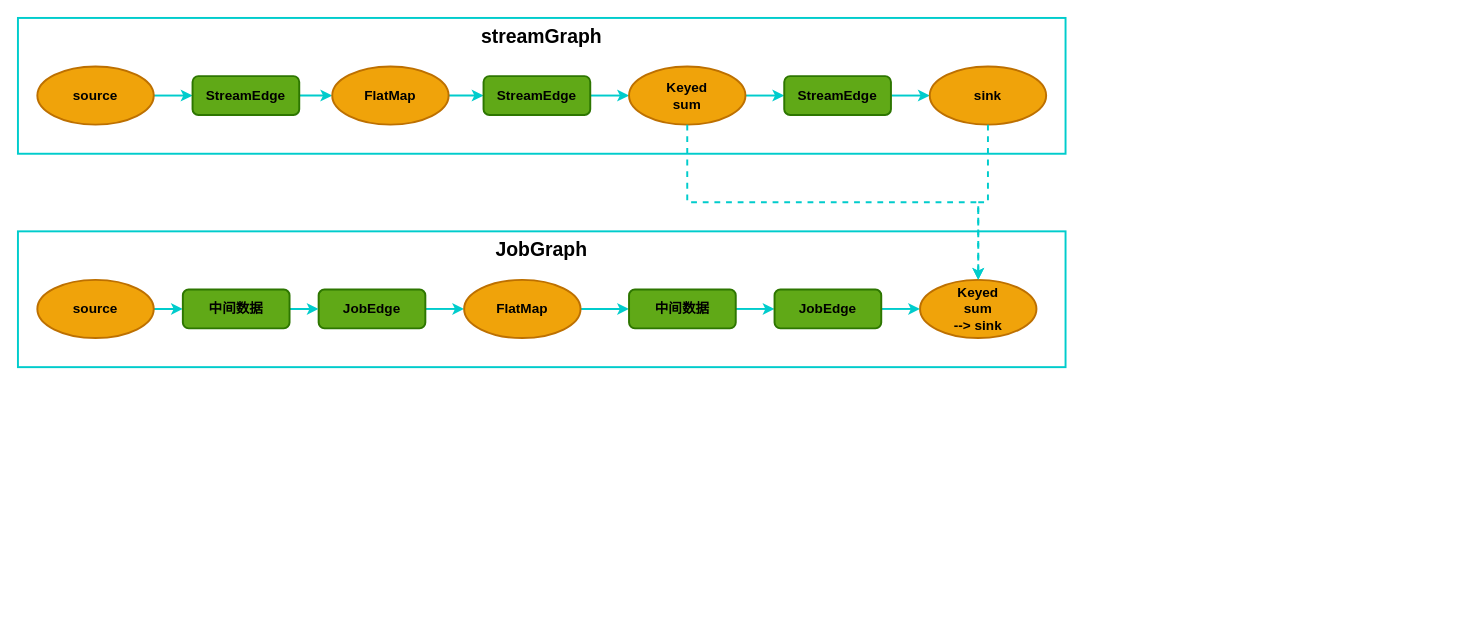
Earlier version of the draw.io diagram page "Flink 四层模型" (4 of 6) of Flink.drawio (starzy1990/diagrams). Source tidied: cells renumbered, new cells numbered last; positions are measured from the earlier drawing's top-left corner, leaving out a move shared by most shapes. Both pictures are drawn from the tidied source at 97%, with x=0, y=0 at pixel (17, 17).
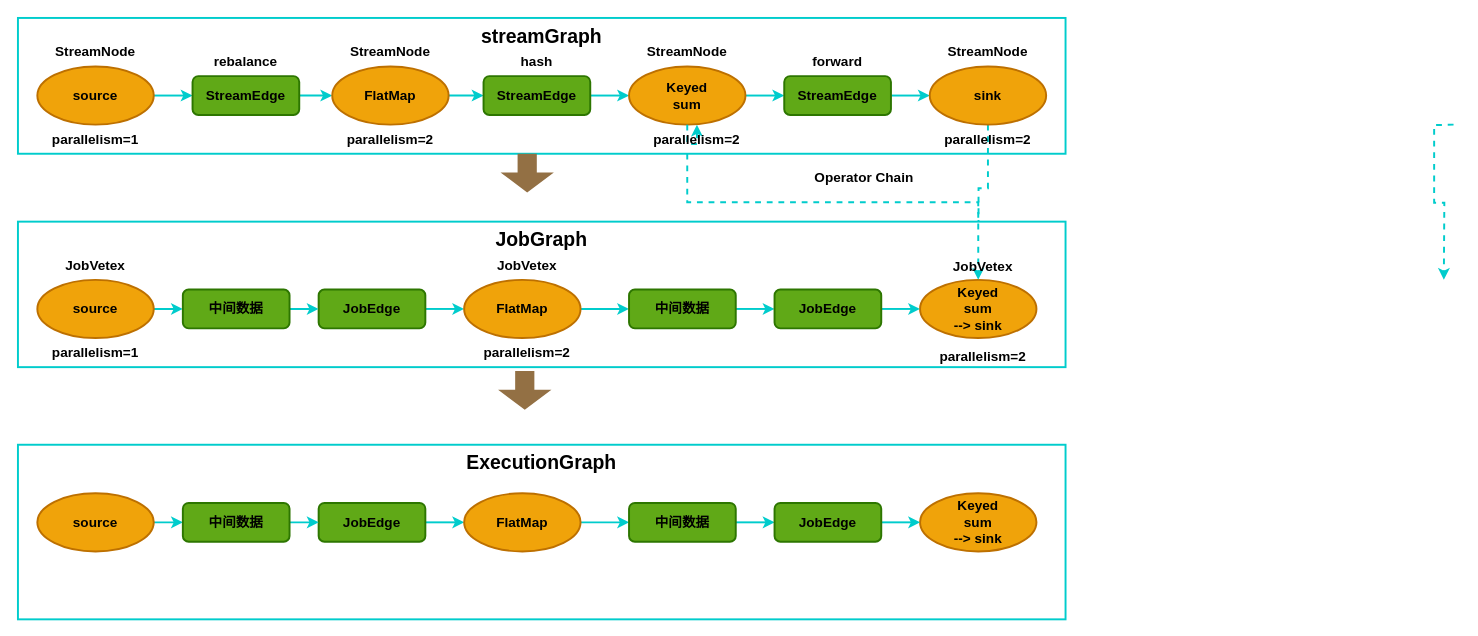
The same page after the edit.

The change refers to these unchanged cells:
```xml
<mxCell id="12" value="Keyed&lt;br&gt;sum" style="ellipse;whiteSpace=wrap;html=1;labelBorderColor=none;strokeColor=#BD7000;strokeWidth=2;fillColor=#f0a30a;fontSize=14;fontColor=#000000;fontStyle=1;" parent="1" vertex="1">
  <mxGeometry x="630" y="50" width="120" height="60" as="geometry" />
</mxCell>
<mxCell id="15" value="sink" style="ellipse;whiteSpace=wrap;html=1;labelBorderColor=none;strokeColor=#BD7000;strokeWidth=2;fillColor=#f0a30a;fontSize=14;fontColor=#000000;fontStyle=1;" parent="1" vertex="1">
  <mxGeometry x="940" y="50" width="120" height="60" as="geometry" />
</mxCell>
<mxCell id="25" value="Keyed&lt;br&gt;sum&lt;br&gt;--&amp;gt; sink" style="ellipse;whiteSpace=wrap;html=1;labelBorderColor=none;strokeColor=#BD7000;strokeWidth=2;fillColor=#f0a30a;fontSize=14;fontColor=#000000;fontStyle=1;" parent="1" vertex="1">
  <mxGeometry x="930" y="270" width="120" height="60" as="geometry" />
</mxCell>
```

Diff of the diagram source:
```diff
@@
+    <mxCell id="32" style="edgeStyle=orthogonalEdgeStyle;rounded=0;jettySize=auto;html=1;entryX=0.421;entryY=0.962;entryDx=0;entryDy=0;entryPerimeter=0;dashed=1;strokeColor=#00CCCC;strokeWidth=2;" parent="1" edge="1" source="15" target="56">
+      <mxGeometry relative="1" as="geometry" />
+    </mxCell>
@@
     <mxCell id="16" value="JobGraph" style="rounded=0;whiteSpace=wrap;html=1;fontColor=#000000;labelBorderColor=none;strokeWidth=2;strokeColor=#00CCCC;fontStyle=1;verticalAlign=top;fontSize=20;" parent="1" vertex="1">
-      <mxGeometry y="220" width="1080" height="140" as="geometry" />
+      <mxGeometry y="210" width="1080" height="150" as="geometry" />
     </mxCell>
@@
-    <mxCell id="30" style="edgeStyle=orthogonalEdgeStyle;rounded=0;jettySize=auto;html=1;entryX=0.5;entryY=0;entryDx=0;entryDy=0;strokeColor=#00CCCC;strokeWidth=2;fontSize=14;fontColor=#000000;dashed=1;" parent="1" edge="1" source="12" target="25">
+    <mxCell id="30" style="edgeStyle=orthogonalEdgeStyle;rounded=0;jettySize=auto;html=1;entryX=0.5;entryY=0;entryDx=0;entryDy=0;strokeColor=#00CCCC;strokeWidth=2;fontSize=14;fontColor=#000000;dashed=1;" parent="1" edge="1" source="60" target="25">
       <mxGeometry relative="1" as="geometry">
         <Array as="points">
           <mxPoint x="690" y="190" />
           <mxPoint x="990" y="190" />
         </Array>
       </mxGeometry>
     </mxCell>
-    <mxCell id="31" style="edgeStyle=orthogonalEdgeStyle;rounded=0;jettySize=auto;html=1;entryX=0.5;entryY=0;entryDx=0;entryDy=0;strokeColor=#00CCCC;strokeWidth=2;fontSize=14;fontColor=#000000;dashed=1;" parent="1" edge="1" source="15" target="25">
-      <mxGeometry relative="1" as="geometry" />
+    <mxCell id="31" style="edgeStyle=orthogonalEdgeStyle;rounded=0;orthogonalLoop=1;jettySize=auto;html=1;entryX=0.5;entryY=0;entryDx=0;entryDy=0;strokeColor=#00CCCC;strokeWidth=2;fontSize=14;fontColor=#000000;dashed=1;" parent="1" edge="1">
+      <mxGeometry relative="1" as="geometry">
+        <mxPoint x="1480" y="110" as="sourcePoint" />
+        <mxPoint x="1470" y="270" as="targetPoint" />
+      </mxGeometry>
     </mxCell>
+    <mxCell id="33" value="StreamNode" style="text;html=1;align=center;verticalAlign=middle;whiteSpace=wrap;rounded=0;fontStyle=1;fontSize=14;" parent="1" vertex="1">
+      <mxGeometry x="50" y="20" width="60" height="30" as="geometry" />
+    </mxCell>
+    <mxCell id="34" value="rebalance" style="text;html=1;align=center;verticalAlign=middle;whiteSpace=wrap;rounded=0;fontStyle=1;fontSize=14;" parent="1" vertex="1">
+      <mxGeometry x="205" y="30" width="60" height="30" as="geometry" />
+    </mxCell>
+    <mxCell id="35" value="StreamNode" style="text;html=1;align=center;verticalAlign=middle;whiteSpace=wrap;rounded=0;fontStyle=1;fontSize=14;" parent="1" vertex="1">
+      <mxGeometry x="354" y="20" width="60" height="30" as="geometry" />
+    </mxCell>
+    <mxCell id="36" value="hash" style="text;html=1;align=center;verticalAlign=middle;whiteSpace=wrap;rounded=0;fontStyle=1;fontSize=14;" parent="1" vertex="1">
+      <mxGeometry x="505" y="30" width="60" height="30" as="geometry" />
+    </mxCell>
+    <mxCell id="37" value="StreamNode" style="text;html=1;align=center;verticalAlign=middle;whiteSpace=wrap;rounded=0;fontStyle=1;fontSize=14;" parent="1" vertex="1">
+      <mxGeometry x="660" y="20" width="60" height="30" as="geometry" />
+    </mxCell>
+    <mxCell id="38" value="forward" style="text;html=1;align=center;verticalAlign=middle;whiteSpace=wrap;rounded=0;fontStyle=1;fontSize=14;" parent="1" vertex="1">
+      <mxGeometry x="815" y="30" width="60" height="30" as="geometry" />
+    </mxCell>
+    <mxCell id="39" value="StreamNode" style="text;html=1;align=center;verticalAlign=middle;whiteSpace=wrap;rounded=0;fontStyle=1;fontSize=14;" parent="1" vertex="1">
+      <mxGeometry x="970" y="20" width="60" height="30" as="geometry" />
+    </mxCell>
+    <mxCell id="40" value="ExecutionGraph" style="rounded=0;whiteSpace=wrap;html=1;fontColor=#000000;labelBorderColor=none;strokeWidth=2;strokeColor=#00CCCC;fontStyle=1;verticalAlign=top;fontSize=20;" parent="1" vertex="1">
+      <mxGeometry y="440" width="1080" height="180" as="geometry" />
+    </mxCell>
+    <mxCell id="41" style="edgeStyle=orthogonalEdgeStyle;rounded=0;jettySize=auto;html=1;entryX=0;entryY=0.5;entryDx=0;entryDy=0;strokeColor=#00CCCC;strokeWidth=2;fontSize=14;fontColor=#000000;" parent="1" edge="1" source="42" target="53">
+      <mxGeometry relative="1" as="geometry" />
+    </mxCell>
+    <mxCell id="42" value="source" style="ellipse;whiteSpace=wrap;html=1;labelBorderColor=none;strokeColor=#BD7000;strokeWidth=2;fillColor=#f0a30a;fontSize=14;fontColor=#000000;fontStyle=1;" parent="1" vertex="1">
+      <mxGeometry x="20" y="490" width="120" height="60" as="geometry" />
+    </mxCell>
+    <mxCell id="43" style="edgeStyle=orthogonalEdgeStyle;rounded=0;jettySize=auto;html=1;entryX=0;entryY=0.5;entryDx=0;entryDy=0;strokeColor=#00CCCC;strokeWidth=2;fontSize=16;fontColor=#000000;" parent="1" edge="1" source="44" target="46">
+      <mxGeometry relative="1" as="geometry" />
+    </mxCell>
+    <mxCell id="44" value="JobEdge" style="rounded=1;whiteSpace=wrap;html=1;labelBorderColor=none;strokeColor=#2D7600;strokeWidth=2;fontSize=14;fillColor=#60a917;fontColor=#000000;fontStyle=1;" parent="1" vertex="1">
+      <mxGeometry x="310" y="500" width="110" height="40" as="geometry" />
+    </mxCell>
+    <mxCell id="45" style="edgeStyle=orthogonalEdgeStyle;rounded=0;jettySize=auto;html=1;entryX=0;entryY=0.5;entryDx=0;entryDy=0;strokeColor=#00CCCC;strokeWidth=2;fontSize=16;fontColor=#000000;" parent="1" edge="1" source="46" target="48">
+      <mxGeometry relative="1" as="geometry" />
+    </mxCell>
+    <mxCell id="46" value="FlatMap" style="ellipse;whiteSpace=wrap;html=1;labelBorderColor=none;strokeColor=#BD7000;strokeWidth=2;fillColor=#f0a30a;fontSize=14;fontColor=#000000;fontStyle=1;" parent="1" vertex="1">
+      <mxGeometry x="460" y="490" width="120" height="60" as="geometry" />
+    </mxCell>
+    <mxCell id="47" style="edgeStyle=orthogonalEdgeStyle;rounded=0;jettySize=auto;html=1;entryX=0;entryY=0.5;entryDx=0;entryDy=0;strokeColor=#00CCCC;strokeWidth=2;fontSize=14;fontColor=#000000;" parent="1" edge="1" source="48" target="51">
+      <mxGeometry relative="1" as="geometry" />
+    </mxCell>
+    <mxCell id="48" value="中间数据" style="rounded=1;whiteSpace=wrap;html=1;labelBorderColor=none;strokeColor=#2D7600;strokeWidth=2;fontSize=14;fillColor=#60a917;fontColor=#000000;fontStyle=1;" parent="1" vertex="1">
+      <mxGeometry x="630" y="500" width="110" height="40" as="geometry" />
+    </mxCell>
+    <mxCell id="49" value="Keyed&lt;br&gt;sum&lt;br&gt;--&amp;gt; sink" style="ellipse;whiteSpace=wrap;html=1;labelBorderColor=none;strokeColor=#BD7000;strokeWidth=2;fillColor=#f0a30a;fontSize=14;fontColor=#000000;fontStyle=1;" parent="1" vertex="1">
+      <mxGeometry x="930" y="490" width="120" height="60" as="geometry" />
+    </mxCell>
+    <mxCell id="50" style="edgeStyle=orthogonalEdgeStyle;rounded=0;jettySize=auto;html=1;entryX=0;entryY=0.5;entryDx=0;entryDy=0;strokeColor=#00CCCC;strokeWidth=2;fontSize=14;fontColor=#000000;" parent="1" edge="1" source="51" target="49">
+      <mxGeometry relative="1" as="geometry" />
+    </mxCell>
+    <mxCell id="51" value="JobEdge" style="rounded=1;whiteSpace=wrap;html=1;labelBorderColor=none;strokeColor=#2D7600;strokeWidth=2;fontSize=14;fillColor=#60a917;fontColor=#000000;fontStyle=1;" parent="1" vertex="1">
+      <mxGeometry x="780" y="500" width="110" height="40" as="geometry" />
+    </mxCell>
+    <mxCell id="52" style="edgeStyle=orthogonalEdgeStyle;rounded=0;jettySize=auto;html=1;entryX=0;entryY=0.5;entryDx=0;entryDy=0;strokeColor=#00CCCC;strokeWidth=2;fontSize=14;fontColor=#000000;" parent="1" edge="1" source="53" target="44">
+      <mxGeometry relative="1" as="geometry" />
+    </mxCell>
+    <mxCell id="53" value="中间数据" style="rounded=1;whiteSpace=wrap;html=1;labelBorderColor=none;strokeColor=#2D7600;strokeWidth=2;fontSize=14;fillColor=#60a917;fontColor=#000000;fontStyle=1;" parent="1" vertex="1">
+      <mxGeometry x="170" y="500" width="110" height="40" as="geometry" />
+    </mxCell>
+    <mxCell id="54" value="JobVetex" style="text;html=1;align=center;verticalAlign=middle;whiteSpace=wrap;rounded=0;fontStyle=1;fontSize=14;" parent="1" vertex="1">
+      <mxGeometry x="50" y="240" width="60" height="30" as="geometry" />
+    </mxCell>
+    <mxCell id="55" value="JobVetex" style="text;html=1;align=center;verticalAlign=middle;whiteSpace=wrap;rounded=0;fontStyle=1;fontSize=14;" parent="1" vertex="1">
+      <mxGeometry x="495" y="240" width="60" height="30" as="geometry" />
+    </mxCell>
+    <mxCell id="56" value="JobVetex" style="text;html=1;align=center;verticalAlign=middle;whiteSpace=wrap;rounded=0;fontStyle=1;fontSize=14;" parent="1" vertex="1">
+      <mxGeometry x="965" y="241" width="60" height="30" as="geometry" />
+    </mxCell>
+    <mxCell id="57" value="parallelism=1" style="text;html=1;align=center;verticalAlign=middle;whiteSpace=wrap;rounded=0;fontStyle=1;fontSize=14;" parent="1" vertex="1">
+      <mxGeometry x="50" y="110" width="60" height="30" as="geometry" />
+    </mxCell>
+    <mxCell id="58" value="parallelism=2" style="text;html=1;align=center;verticalAlign=middle;whiteSpace=wrap;rounded=0;fontStyle=1;fontSize=14;" parent="1" vertex="1">
+      <mxGeometry x="354" y="110" width="60" height="30" as="geometry" />
+    </mxCell>
+    <mxCell id="59" style="edgeStyle=orthogonalEdgeStyle;rounded=0;jettySize=auto;html=1;entryX=0.5;entryY=0;entryDx=0;entryDy=0;strokeColor=#00CCCC;strokeWidth=2;fontSize=14;fontColor=#000000;dashed=1;" parent="1" edge="1" source="12" target="60">
+      <mxGeometry relative="1" as="geometry" />
+    </mxCell>
+    <mxCell id="60" value="parallelism=2" style="text;html=1;align=center;verticalAlign=middle;whiteSpace=wrap;rounded=0;fontStyle=1;fontSize=14;" parent="1" vertex="1">
+      <mxGeometry x="670" y="110" width="60" height="30" as="geometry" />
+    </mxCell>
+    <mxCell id="61" value="parallelism=2" style="text;html=1;align=center;verticalAlign=middle;whiteSpace=wrap;rounded=0;fontStyle=1;fontSize=14;" parent="1" vertex="1">
+      <mxGeometry x="970" y="110" width="60" height="30" as="geometry" />
+    </mxCell>
+    <mxCell id="62" value="Operator Chain" style="text;html=1;align=center;verticalAlign=middle;whiteSpace=wrap;rounded=0;fontStyle=1;fontSize=14;" parent="1" vertex="1">
+      <mxGeometry x="815" y="150" width="115" height="30" as="geometry" />
+    </mxCell>
+    <mxCell id="63" style="html=1;shadow=0;dashed=0;align=center;verticalAlign=middle;shape=mxgraph.arrows2.arrow;dy=0.64;dx=20.67;direction=south;notch=0;fillColor=#937044;strokeColor=none;" parent="1" vertex="1">
+      <mxGeometry x="495" y="364" width="55" height="40" as="geometry" />
+    </mxCell>
+    <mxCell id="64" style="html=1;shadow=0;dashed=0;align=center;verticalAlign=middle;shape=mxgraph.arrows2.arrow;dy=0.64;dx=20.67;direction=south;notch=0;fillColor=#937044;strokeColor=none;" parent="1" vertex="1">
+      <mxGeometry x="497.5" y="140" width="55" height="40" as="geometry" />
+    </mxCell>
+    <mxCell id="65" value="parallelism=1" style="text;html=1;align=center;verticalAlign=middle;whiteSpace=wrap;rounded=0;fontStyle=1;fontSize=14;" parent="1" vertex="1">
+      <mxGeometry x="50" y="330" width="60" height="30" as="geometry" />
+    </mxCell>
+    <mxCell id="66" value="parallelism=2" style="text;html=1;align=center;verticalAlign=middle;whiteSpace=wrap;rounded=0;fontStyle=1;fontSize=14;" parent="1" vertex="1">
+      <mxGeometry x="495" y="330" width="60" height="30" as="geometry" />
+    </mxCell>
+    <mxCell id="67" value="parallelism=2" style="text;html=1;align=center;verticalAlign=middle;whiteSpace=wrap;rounded=0;fontStyle=1;fontSize=14;" parent="1" vertex="1">
+      <mxGeometry x="965" y="334" width="60" height="30" as="geometry" />
+    </mxCell>
```
